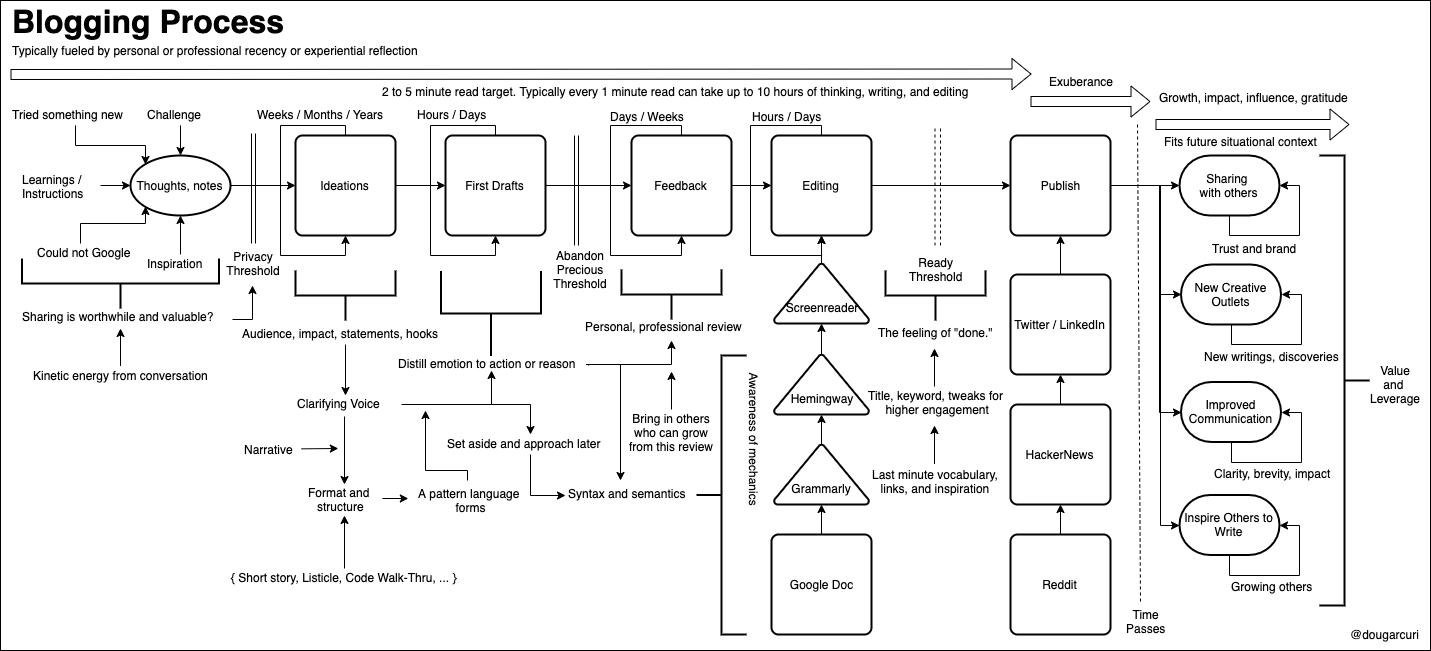
Before: mentoring/diagrams/blogging-process.png, a diagram exported from draw.io (solidi/learning-notes). Source tidied: cells renumbered, new cells last; positions are measured from the earlier drawing's top-left corner, leaving out a move shared by most shapes.
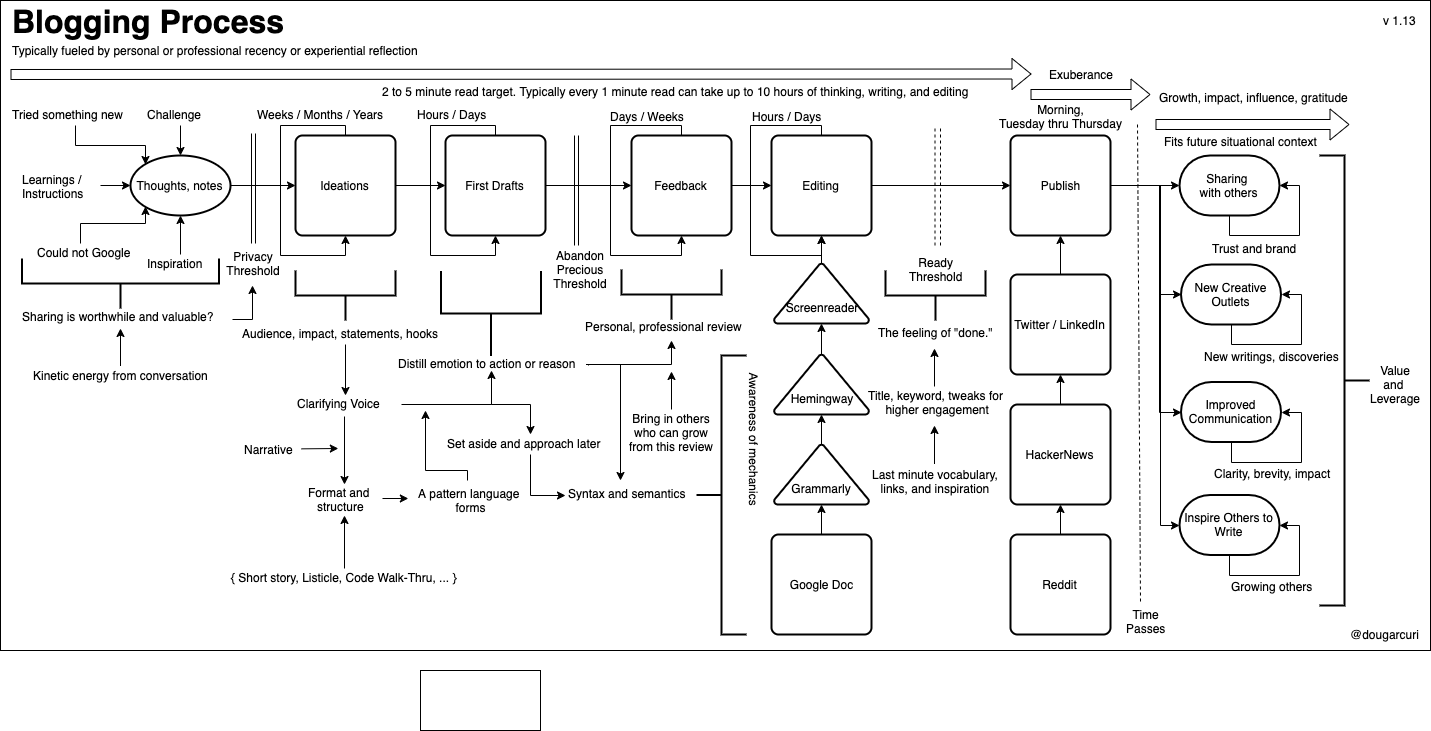
After the commit.

Commit message:
Update blogging process to include version and time of publish

Diff of the diagram source:
```diff
@@ -357,8 +357,8 @@
     </mxCell>
     <mxCell id="93" style="shape=flexArrow;endArrow=classic;html=1;" parent="1" edge="1">
       <mxGeometry relative="1" as="geometry">
-        <mxPoint x="1030" y="101" as="sourcePoint" />
-        <mxPoint x="1150" y="101" as="targetPoint" />
+        <mxPoint x="1030" y="94" as="sourcePoint" />
+        <mxPoint x="1150" y="94" as="targetPoint" />
       </mxGeometry>
     </mxCell>
     <mxCell id="94" value="Exuberance" style="text;html=1;align=center;verticalAlign=middle;labelBackgroundColor=#ffffff;" parent="93" vertex="1">
@@ -491,5 +491,14 @@
         <mxPoint x="120" y="327.5" as="targetPoint" />
       </mxGeometry>
     </mxCell>
+    <mxCell id="122" value="v 1.13" style="text;html=1;align=center;verticalAlign=middle;" parent="1" vertex="1">
+      <mxGeometry x="1374" y="10" width="50" height="20" as="geometry" />
+    </mxCell>
+    <mxCell id="123" style="rounded=0;whiteSpace=wrap;html=1;fillColor=none;align=center;" parent="1" vertex="1">
+      <mxGeometry x="420" y="670" width="120" height="60" as="geometry" />
+    </mxCell>
+    <mxCell id="124" value="Morning,&lt;br&gt;Tuesday thru Thursday" style="text;html=1;align=center;verticalAlign=top;spacingTop=-4;" parent="1" vertex="1">
+      <mxGeometry x="990" y="100" width="140" height="30" as="geometry" />
+    </mxCell>
   </root>
 </mxGraphModel>
```
